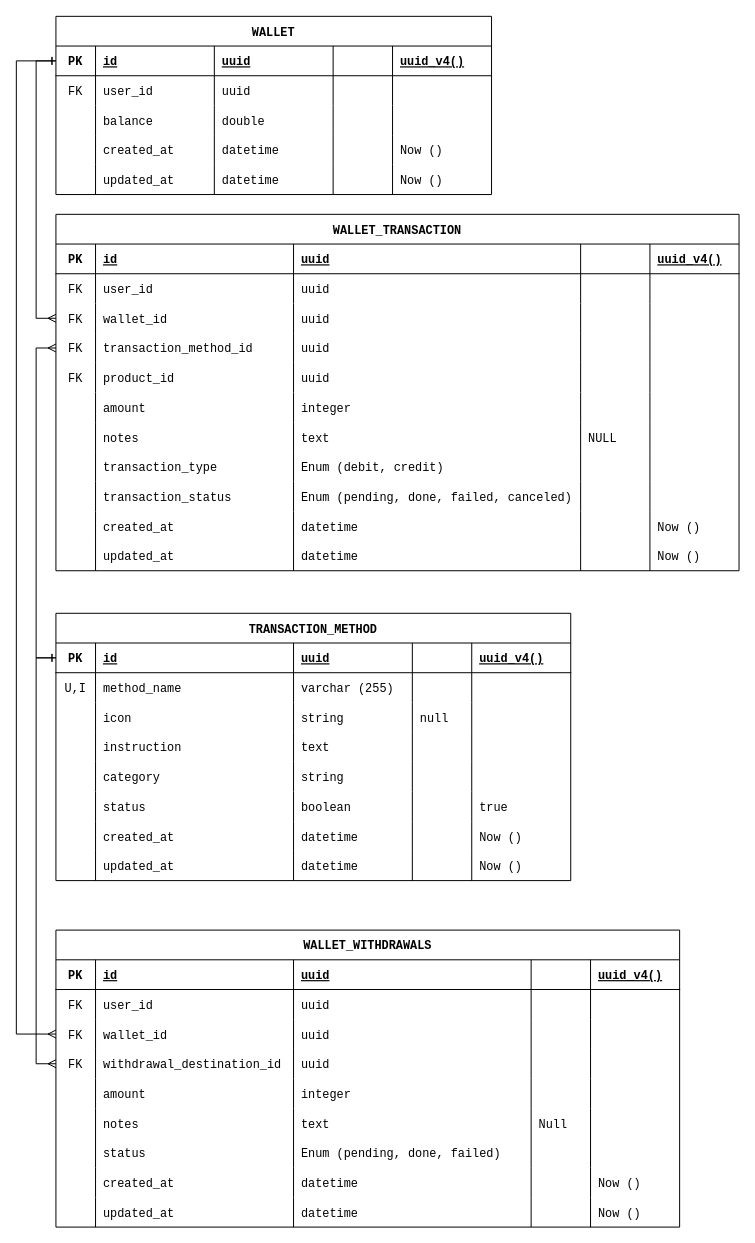
The draw.io diagram page "Transaction" (3 of 4) of requirements/Database ERD.drawio in foxxxesky/Final-Projects-Backend-OVO, before the edit. Source tidied: cells renumbered, new cells numbered last; positions are measured from the earlier drawing's top-left corner, leaving out a move shared by most shapes. Both pictures are drawn from the tidied source at 99%, with x=0, y=0 at pixel (16, 16).
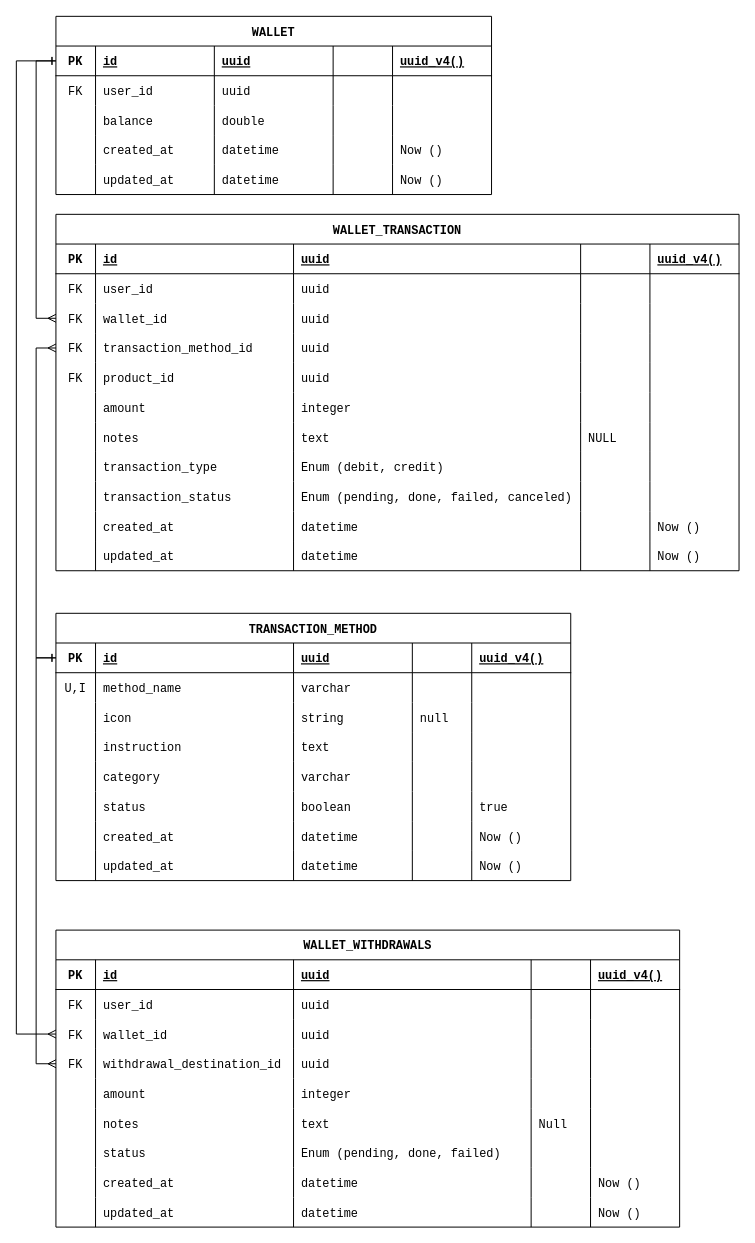
The same page after the edit.

Unchanged cells that the change refers to:
```xml
<mxCell id="107" style="shape=tableRow;horizontal=0;startSize=0;swimlaneHead=0;swimlaneBody=0;fillColor=none;top=0;left=0;right=0;bottom=0;fontFamily=Courier New;" parent="100" vertex="1">
  <mxGeometry y="60" width="520" height="30" as="geometry" />
</mxCell>
<mxCell id="125" style="shape=tableRow;horizontal=0;startSize=0;swimlaneHead=0;swimlaneBody=0;fillColor=none;top=0;left=0;right=0;bottom=0;fontFamily=Courier New;" parent="100" vertex="1">
  <mxGeometry y="150" width="520" height="30" as="geometry" />
</mxCell>
```

Diff of the diagram source:
```diff
@@
-    <mxCell id="110" value="varchar (255)" style="shape=partialRectangle;fillColor=none;top=0;left=0;bottom=0;right=0;align=left;spacingLeft=6;overflow=hidden;fontFamily=Courier New;" parent="107" vertex="1">
+    <mxCell id="110" value="varchar" style="shape=partialRectangle;fillColor=none;top=0;left=0;bottom=0;right=0;align=left;spacingLeft=6;overflow=hidden;fontFamily=Courier New;" parent="107" vertex="1">
       <mxGeometry x="240" width="120" height="30" as="geometry" />
     </mxCell>
@@
-    <mxCell id="128" value="string" style="shape=partialRectangle;fillColor=none;top=0;left=0;bottom=0;right=0;align=left;spacingLeft=6;overflow=hidden;fontFamily=Courier New;" parent="125" vertex="1">
+    <mxCell id="128" value="varchar" style="shape=partialRectangle;fillColor=none;top=0;left=0;bottom=0;right=0;align=left;spacingLeft=6;overflow=hidden;fontFamily=Courier New;" parent="125" vertex="1">
       <mxGeometry x="240" width="120" height="30" as="geometry" />
     </mxCell>
```
